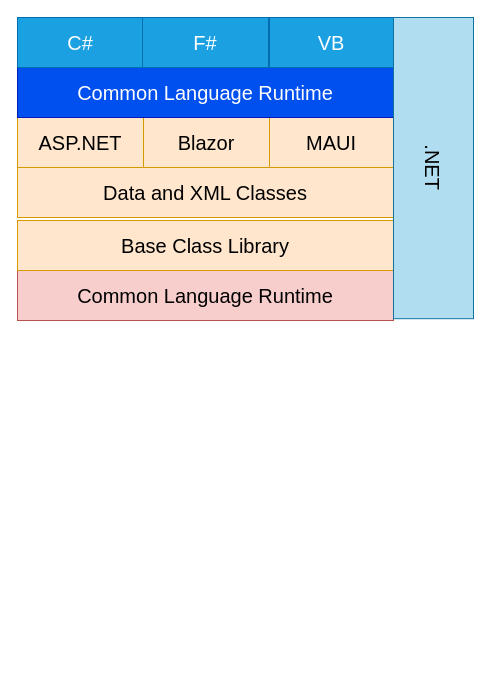
The draw.io diagram Intro To Csharp Book Drawings.drawio in JeffreyYeTHU/Drawings, before the edit. Source tidied: cells renumbered, new cells numbered last; positions are measured from the earlier drawing's top-left corner, leaving out a move shared by most shapes. Both pictures are drawn from the tidied source at 100%, with x=0, y=0 at pixel (17, 17).
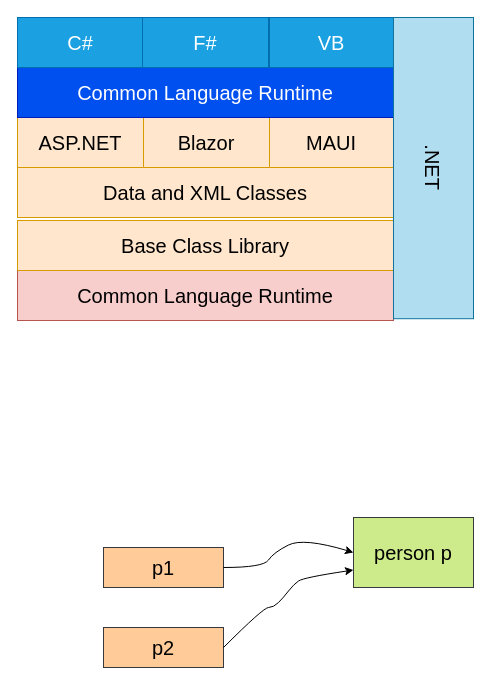
Above is the later version.

Commit message:
Add variable reference relation

Diff of the diagram source:
```diff
@@
+    <mxCell id="13" value="person p" style="rounded=0;whiteSpace=wrap;html=1;fontSize=20;fillColor=#cdeb8b;strokeColor=#36393d;" parent="1" vertex="1">
+      <mxGeometry x="336" y="500" width="120" height="70" as="geometry" />
+    </mxCell>
+    <mxCell id="14" value="p1" style="rounded=0;whiteSpace=wrap;html=1;fontSize=20;fillColor=#ffcc99;strokeColor=#36393d;" parent="1" vertex="1">
+      <mxGeometry x="86" y="530" width="120" height="40" as="geometry" />
+    </mxCell>
+    <mxCell id="15" value="p2" style="rounded=0;whiteSpace=wrap;html=1;fontSize=20;fillColor=#ffcc99;strokeColor=#36393d;" parent="1" vertex="1">
+      <mxGeometry x="86" y="610" width="120" height="40" as="geometry" />
+    </mxCell>
+    <mxCell id="16" style="curved=1;endArrow=classic;html=1;rounded=0;fontSize=20;entryX=0;entryY=0.5;entryDx=0;entryDy=0;" parent="1" edge="1" target="13">
+      <mxGeometry relative="1" as="geometry">
+        <mxPoint x="206" y="550" as="sourcePoint" />
+        <Array as="points">
+          <mxPoint x="246" y="550" />
+          <mxPoint x="256" y="535" />
+          <mxPoint x="286" y="520" />
+        </Array>
+      </mxGeometry>
+    </mxCell>
+    <mxCell id="17" style="curved=1;endArrow=classic;html=1;rounded=0;fontSize=20;entryX=0;entryY=0.75;entryDx=0;entryDy=0;exitX=1;exitY=0.5;exitDx=0;exitDy=0;" parent="1" edge="1" source="15" target="13">
+      <mxGeometry relative="1" as="geometry">
+        <Array as="points">
+          <mxPoint x="246" y="590" />
+          <mxPoint x="256" y="590" />
+          <mxPoint x="266" y="580" />
+          <mxPoint x="276" y="567" />
+          <mxPoint x="286" y="560" />
+        </Array>
+      </mxGeometry>
+    </mxCell>
```
